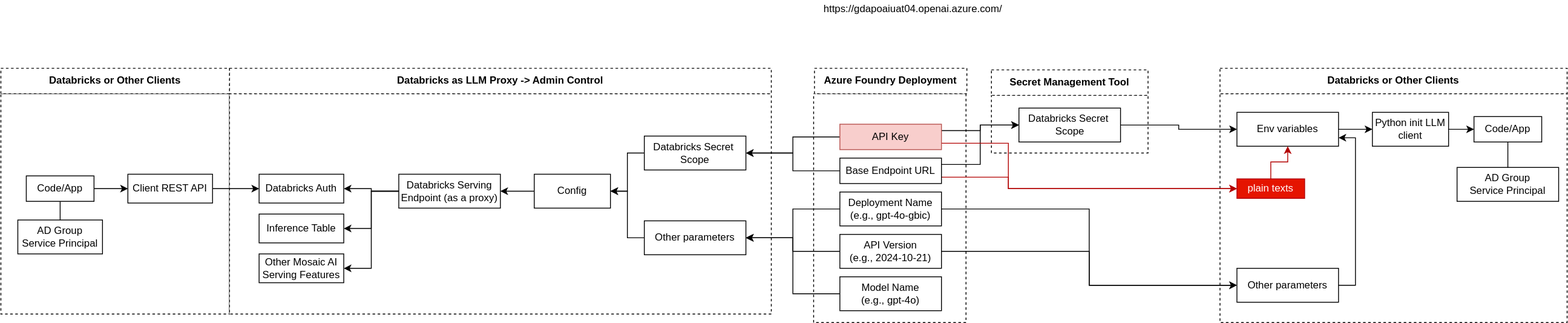
The draw.io diagram GenAI.drawio.svg in joshuavaple/draw-io, before a commit. Source tidied: cells renumbered, new cells last; positions are measured from the earlier drawing's top-left corner, leaving out a move shared by most shapes.
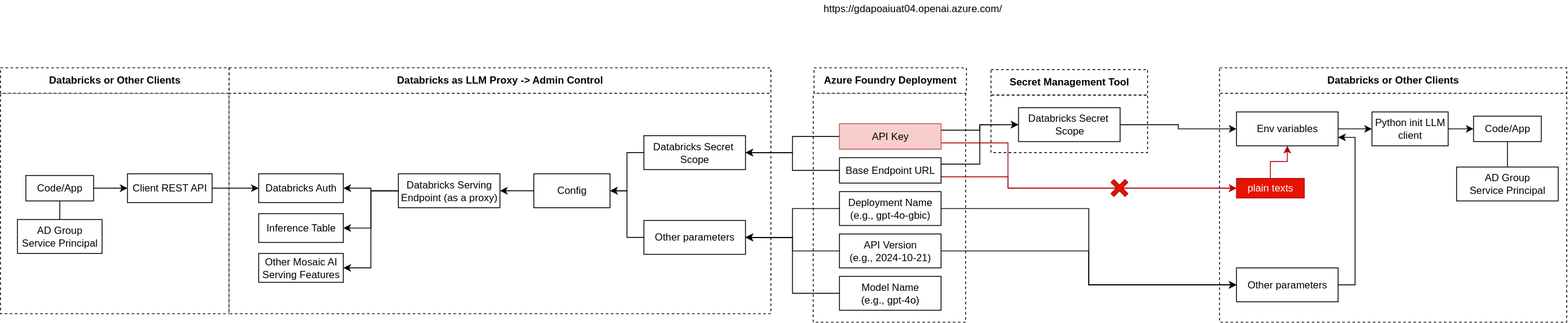
Above is the later version.

Commit message:
added "bad" route (plain text secrets)

Change to the diagram source:
```diff
@@ -194,5 +194,8 @@
     <mxCell id="60" value="AD Group&lt;div&gt;Service Principal&lt;/div&gt;" style="rounded=0;whiteSpace=wrap;html=1;" parent="1" vertex="1">
       <mxGeometry x="20" y="259" width="100" height="40" as="geometry" />
     </mxCell>
+    <mxCell id="61" style="shape=cross;whiteSpace=wrap;html=1;rotation=45;fillColor=#e51400;fontColor=#ffffff;strokeColor=#B20000;" parent="1" vertex="1">
+      <mxGeometry x="1310" y="210" width="23.5" height="23.5" as="geometry" />
+    </mxCell>
   </root>
 </mxGraphModel>
```
